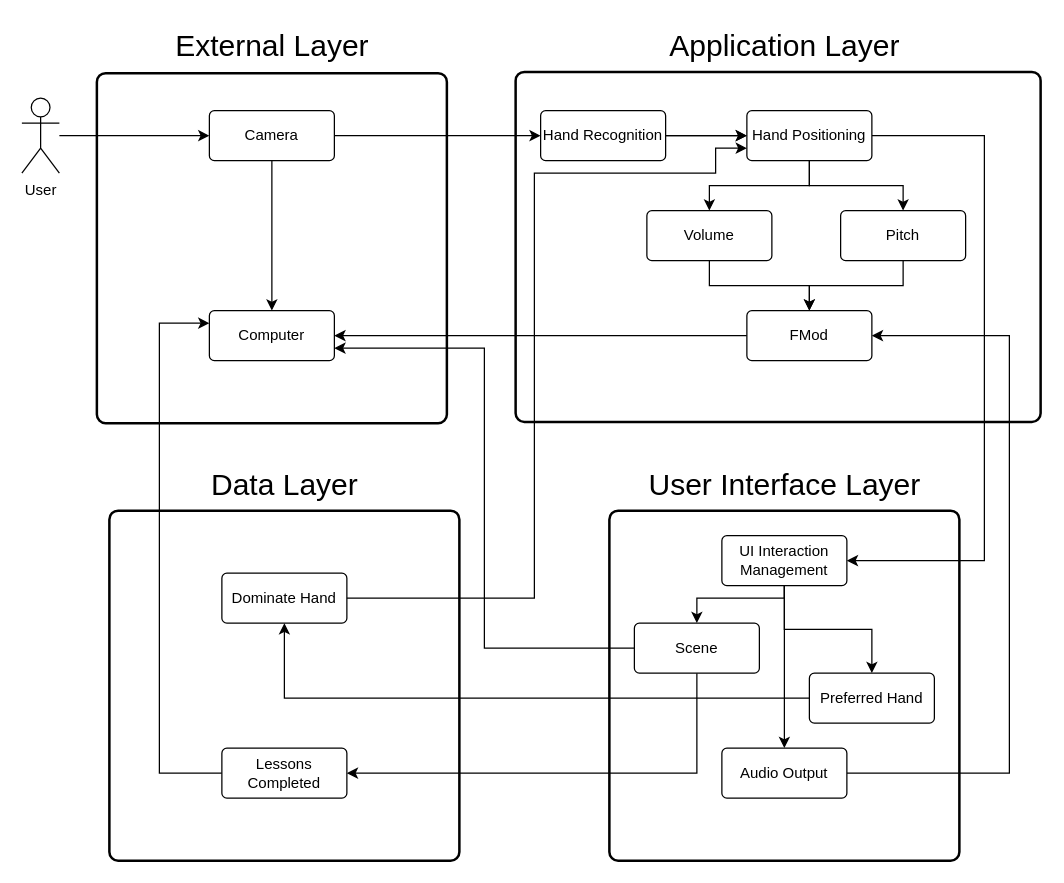
The draw.io diagram diagram.drawio in ScottFrazier17/ThereMelo, before the edit. Source tidied: cells renumbered, new cells numbered last; positions are measured from the earlier drawing's top-left corner, leaving out a move shared by most shapes. Both pictures are drawn from the tidied source at 125%, with x=0, y=0 at pixel (21, 21).
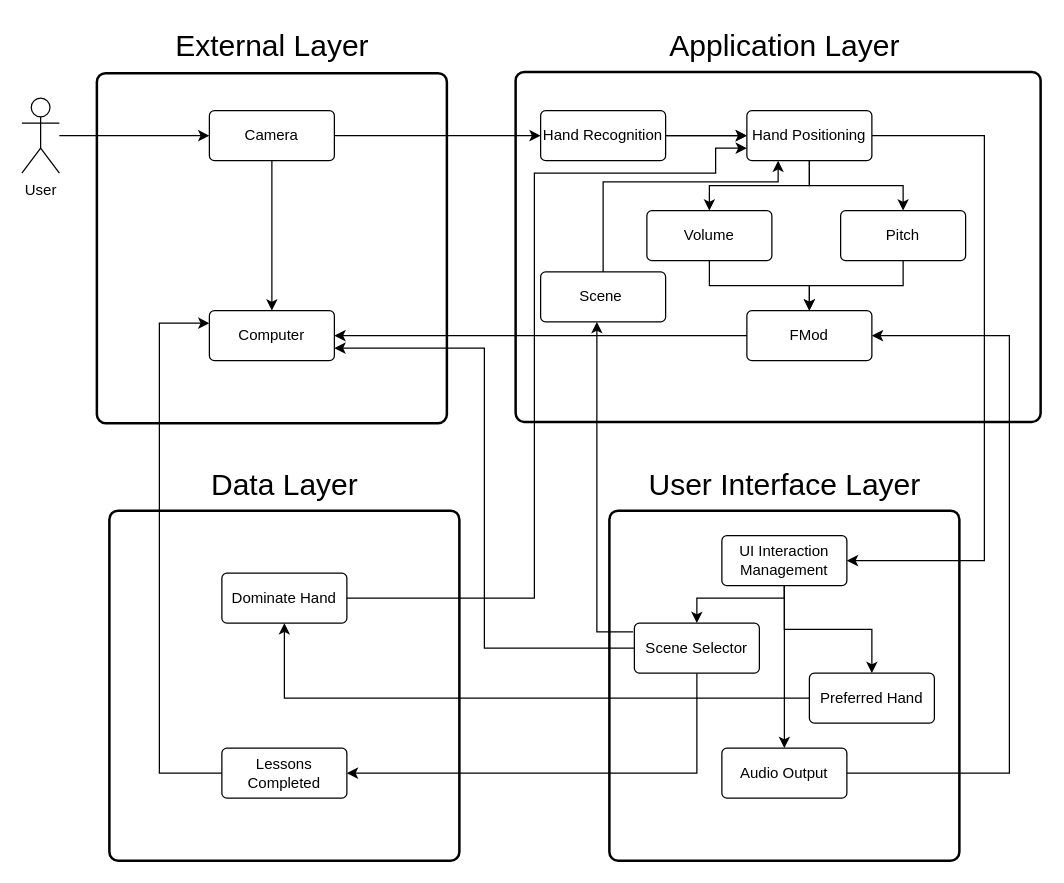
The same page after the edit.

The change refers to these unchanged cells:
```xml
<mxCell id="11" value="Hand Positioning" style="rounded=1;arcSize=10;whiteSpace=wrap;html=1;align=center;" parent="1" vertex="1">
  <mxGeometry x="580" y="71" width="100" height="40" as="geometry" />
</mxCell>
```

The edit, as a diff of the source:
```diff
@@
-    <mxCell id="28" value="Scene" style="rounded=1;arcSize=10;whiteSpace=wrap;html=1;align=center;" parent="1" vertex="1">
+    <mxCell id="28" value="Scene Selector" style="rounded=1;arcSize=10;whiteSpace=wrap;html=1;align=center;" parent="1" vertex="1">
       <mxGeometry x="490" y="481" width="100" height="40" as="geometry" />
     </mxCell>
@@
+    <mxCell id="44" value="Scene&amp;nbsp;" style="rounded=1;arcSize=10;whiteSpace=wrap;html=1;align=center;" parent="1" vertex="1">
+      <mxGeometry x="415" y="200" width="100" height="40" as="geometry" />
+    </mxCell>
+    <mxCell id="45" style="edgeStyle=orthogonalEdgeStyle;rounded=0;jettySize=auto;html=1;" parent="1" edge="1" target="44">
+      <mxGeometry relative="1" as="geometry">
+        <mxPoint x="489" y="488" as="sourcePoint" />
+        <Array as="points">
+          <mxPoint x="489" y="488" />
+          <mxPoint x="460" y="488" />
+        </Array>
+      </mxGeometry>
+    </mxCell>
+    <mxCell id="46" style="edgeStyle=orthogonalEdgeStyle;rounded=0;jettySize=auto;html=1;entryX=0.25;entryY=1;entryDx=0;entryDy=0;exitX=0.5;exitY=0;exitDx=0;exitDy=0;" parent="1" edge="1" source="44" target="11">
+      <mxGeometry relative="1" as="geometry">
+        <Array as="points">
+          <mxPoint x="465" y="128" />
+          <mxPoint x="605" y="128" />
+        </Array>
+      </mxGeometry>
+    </mxCell>
```
